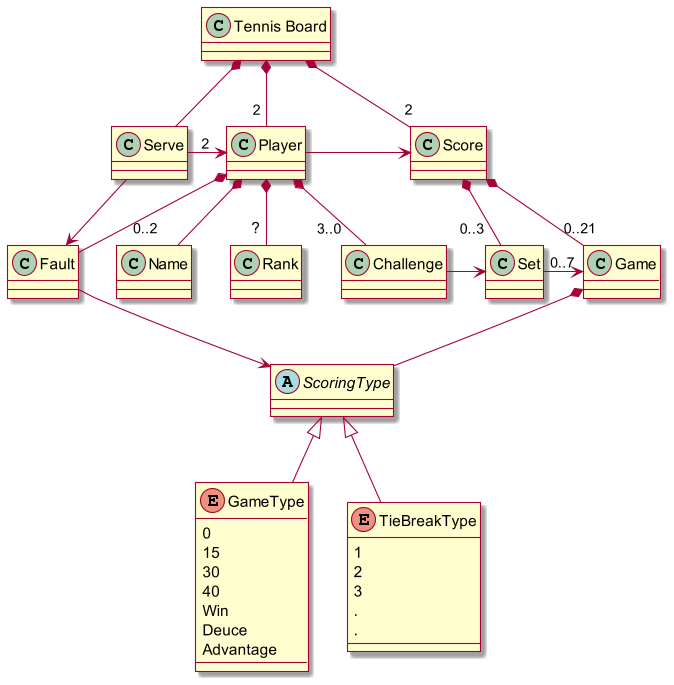
ferbarret/Modelado keeps this PlantUML diagram as TennisScoreBoard/TennisScoreBoardDomainModel_V1.png. Above is the earlier version.
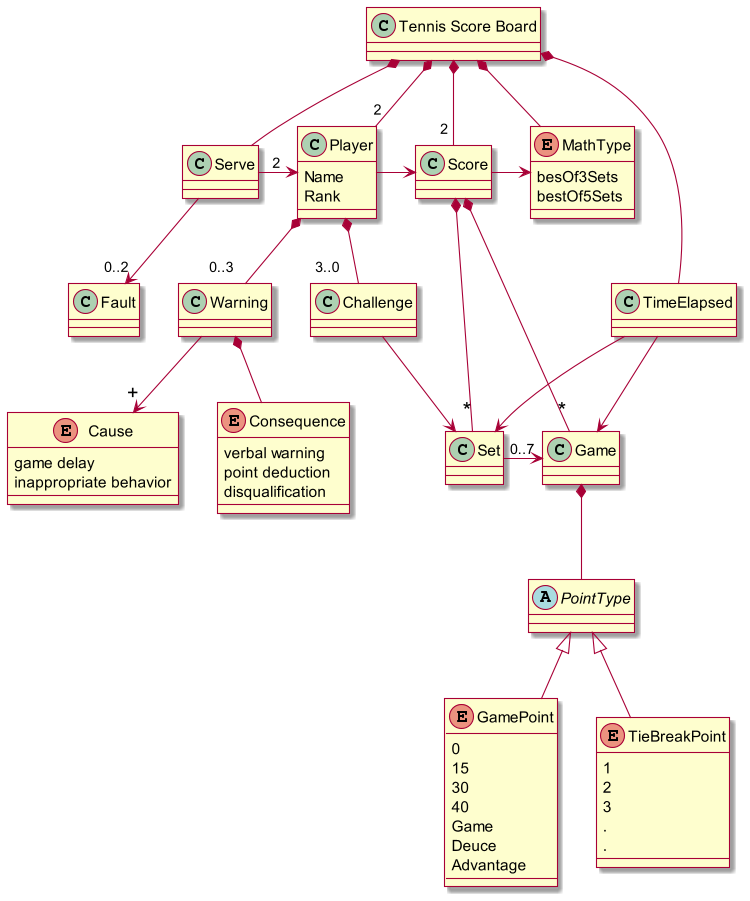
Later version of the same file.

Change to the diagram source:
```diff
@@ -1,47 +1,73 @@
 @startuml
 skin rose
 scale 1.1
-class "Tennis Board" as Board
+class "Tennis Score Board" as Board
 
+enum MathType {
+    besOf3Sets
+    bestOf5Sets
+}
+Board *-down- MathType
 Board *-down- Serve
-Board *-down- "2 " Player
-Board *-down- "                       2" Score
+class Player {
+    Name
+    Rank
+}
+Board *-down- "2" Player
+Board *-down- "2 " Score
+Board *-down- TimeElapsed
 Serve -right-> "2  " Player
 Player -right-> Score
+Score -right-> MathType
 
-Player *-down- "             0..2" Fault
-Player *-down- Name
-Player *-down- "<size: 14>? </size>" Rank
+Serve -down-> "0..2" Fault
 Player *-down- "3..0   " Challenge
+Player *-down- "0..3   " Warning
 
-Score *-down- "0..3  " Set
-Score *-down- "   0..21" Game
+Score *-down- "<size: 20>*</size>" Set
+Score *-down- "<size: 20>*</size>" Game
 Set -right-> "0..7" Game
-Serve -right-> Fault
 
-Challenge -right-> Set
+Challenge -down-> Set
 
-abstract class ScoringType
-Game *-down- ScoringType
-Fault -down-> ScoringType
+TimeElapsed -down-> Set
+TimeElapsed -down-> Game
 
-enum GameType {
+abstract class PointType
+Game *-down- PointType
+
+
+
+enum Cause{
+    game delay
+    inappropriate behavior
+}
+Warning -down-> "<size: 18>+</size>" Cause
+enum Consequence {
+    verbal warning
+    point deduction
+    disqualification
+}
+Warning *-down- Consequence
+
+enum GamePoint {
     0
     15
     30
     40
-    Win
+    Game
     Deuce
     Advantage
 }
-ScoringType <|-down- GameType
-enum TieBreakType {
+PointType <|-down- GamePoint
+enum TieBreakPoint {
     1
     2
     3
     .
     .
 }
-ScoringType <|-down- TieBreakType
+PointType <|-down- TieBreakPoint
+
 
 @enduml
```
